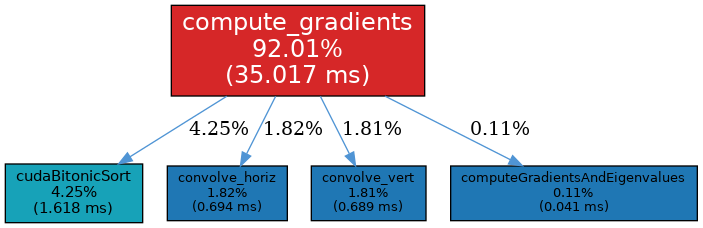
The Graphviz diagram src/V2/klt/profiling/gpu_callgraph_from_timings.png in FatimaRana50/CS4110-klt-gpu, before a commit. Its source is kept beside it as src/V2/klt/profiling/gpu_callgraph_from_timings.dot.
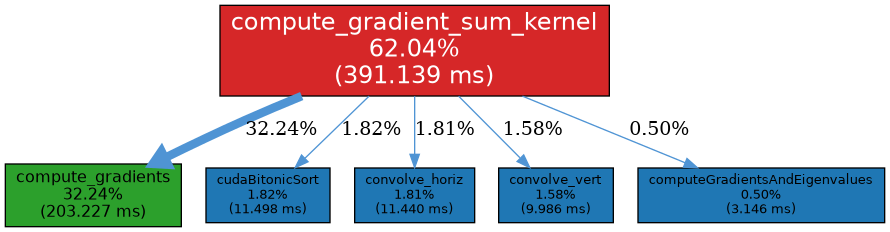
After the change.

Change to the diagram source:
```diff
@@ -1,13 +1,15 @@
 digraph G {
   rankdir=TB;
   node [shape=box, style=filled, fontname="Helvetica"];
-  "compute_gradients" [label="compute_gradients\n92.01%\n(35.017 ms)", fillcolor="#d62728", fontcolor="#ffffff", fontsize=18, style=filled, shape=box];
-  "cudaBitonicSort" [label="cudaBitonicSort\n4.25%\n(1.618 ms)", fillcolor="#17a2b8", fontsize=11, style=filled, shape=box];
-  "convolve_horiz" [label="convolve_horiz\n1.82%\n(0.694 ms)", fillcolor="#1f77b4", fontsize=10, style=filled, shape=box];
-  "convolve_vert" [label="convolve_vert\n1.81%\n(0.689 ms)", fillcolor="#1f77b4", fontsize=10, style=filled, shape=box];
-  "computeGradientsAndEigenvalues" [label="computeGradientsAndEigenvalues\n0.11%\n(0.041 ms)", fillcolor="#1f77b4", fontsize=10, style=filled, shape=box];
-  "compute_gradients" -> "cudaBitonicSort" [label="4.25%", color="#4f94d4", penwidth=1.00];
-  "compute_gradients" -> "convolve_horiz" [label="1.82%", color="#4f94d4", penwidth=1.00];
-  "compute_gradients" -> "convolve_vert" [label="1.81%", color="#4f94d4", penwidth=1.00];
-  "compute_gradients" -> "computeGradientsAndEigenvalues" [label="0.11%", color="#4f94d4", penwidth=1.00];
+  "compute_gradient_sum_kernel" [label="compute_gradient_sum_kernel\n62.04%\n(391.139 ms)", fillcolor="#d62728", fontcolor="#ffffff", fontsize=18, style=filled, shape=box];
+  "compute_gradients" [label="compute_gradients\n32.24%\n(203.227 ms)", fillcolor="#2ca02c", fontsize=12, style=filled, shape=box];
+  "cudaBitonicSort" [label="cudaBitonicSort\n1.82%\n(11.498 ms)", fillcolor="#1f77b4", fontsize=10, style=filled, shape=box];
+  "convolve_horiz" [label="convolve_horiz\n1.81%\n(11.440 ms)", fillcolor="#1f77b4", fontsize=10, style=filled, shape=box];
+  "convolve_vert" [label="convolve_vert\n1.58%\n(9.986 ms)", fillcolor="#1f77b4", fontsize=10, style=filled, shape=box];
+  "computeGradientsAndEigenvalues" [label="computeGradientsAndEigenvalues\n0.50%\n(3.146 ms)", fillcolor="#1f77b4", fontsize=10, style=filled, shape=box];
+  "compute_gradient_sum_kernel" -> "compute_gradients" [label="32.24%", color="#4f94d4", penwidth=6.45];
+  "compute_gradient_sum_kernel" -> "cudaBitonicSort" [label="1.82%", color="#4f94d4", penwidth=1.00];
+  "compute_gradient_sum_kernel" -> "convolve_horiz" [label="1.81%", color="#4f94d4", penwidth=1.00];
+  "compute_gradient_sum_kernel" -> "convolve_vert" [label="1.58%", color="#4f94d4", penwidth=1.00];
+  "compute_gradient_sum_kernel" -> "computeGradientsAndEigenvalues" [label="0.50%", color="#4f94d4", penwidth=1.00];
 }
```
